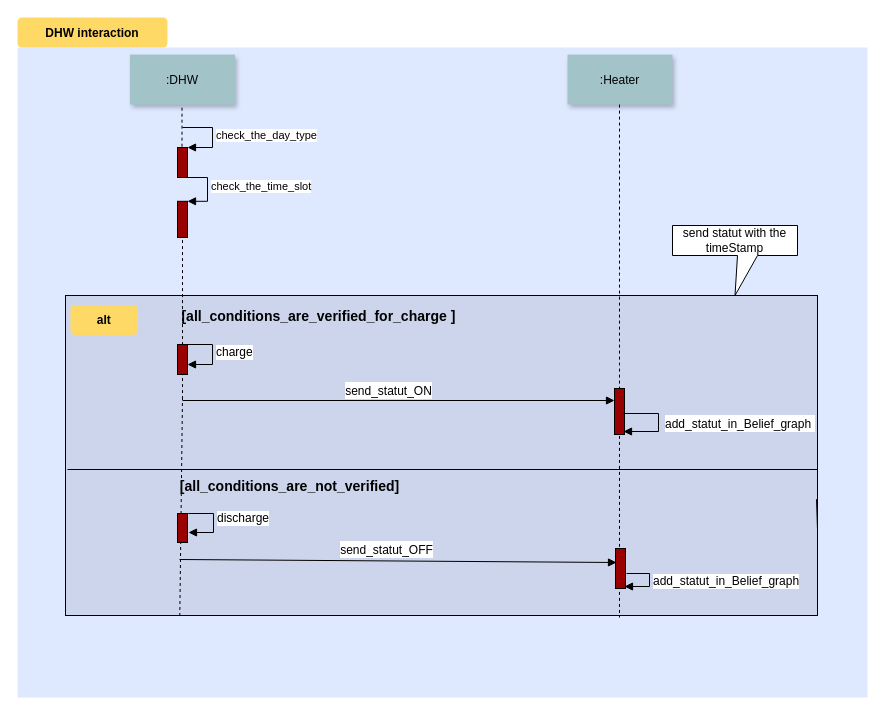
The draw.io diagram page "Page-2" (2 of 4) of Untitled Diagram.drawio in MiriamZawadi/-checs, before the edit. Source tidied: cells renumbered, new cells numbered last; positions are measured from the earlier drawing's top-left corner, leaving out a move shared by most shapes. Both pictures are drawn from the tidied source at 100%, with x=0, y=0 at pixel (17, 17).
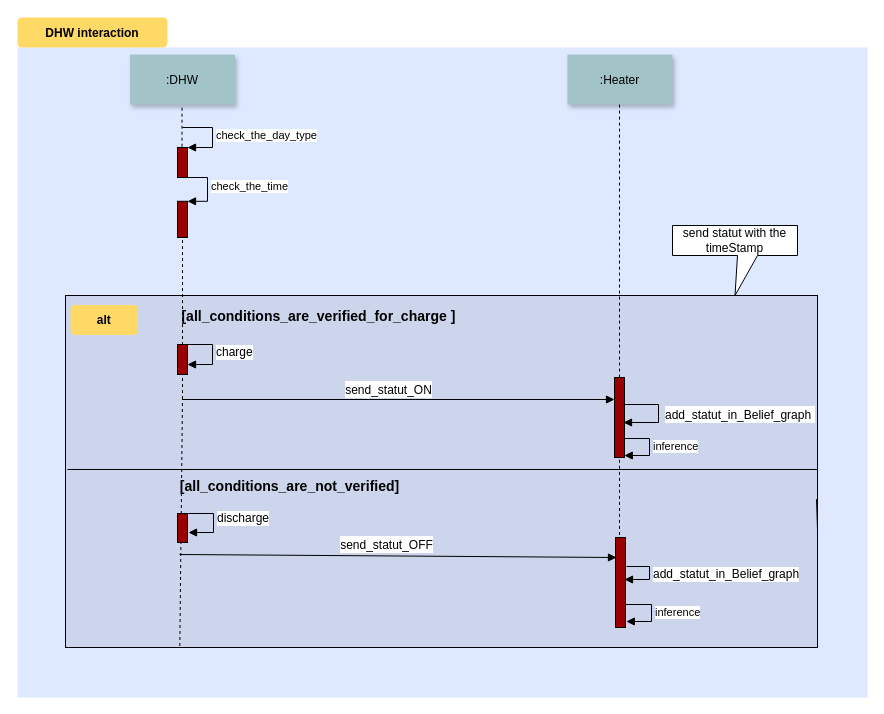
After the change.

Unchanged cells that the change refers to:
```xml
<mxCell id="9" style="html=1;points=[];perimeter=orthogonalPerimeter;strokeColor=#000000;fillColor=#990000;" parent="1" vertex="1">
  <mxGeometry x="160" y="183.8" width="10" height="36.2" as="geometry" />
</mxCell>
```

Diff of the diagram source:
```diff
@@
     <mxCell id="3" style="fillColor=#CCD5EB;" parent="1" vertex="1">
-      <mxGeometry x="48" y="278" width="752" height="320" as="geometry" />
+      <mxGeometry x="48" y="278" width="752" height="352" as="geometry" />
     </mxCell>
@@
-    <mxCell id="10" value="check_the_time_slot" style="edgeStyle=orthogonalEdgeStyle;html=1;align=left;spacingLeft=2;endArrow=block;rounded=0;entryX=1;entryY=0;fillColor=#990000;" parent="1" edge="1" target="9">
+    <mxCell id="10" value="check_the_time" style="edgeStyle=orthogonalEdgeStyle;html=1;align=left;spacingLeft=2;endArrow=block;rounded=0;entryX=1;entryY=0;fillColor=#990000;" parent="1" edge="1" target="9">
       <mxGeometry relative="1" as="geometry">
         <mxPoint x="165" y="160" as="sourcePoint" />
         <Array as="points">
           <mxPoint x="190" y="160" />
           <mxPoint x="190" y="184" />
         </Array>
       </mxGeometry>
     </mxCell>
@@
     <mxCell id="16" style="html=1;verticalAlign=bottom;endArrow=block;rounded=0;fontSize=14;fillColor=#990000;" parent="1" edge="1">
       <mxGeometry relative="1" as="geometry">
-        <mxPoint x="165" y="383" as="sourcePoint" />
-        <mxPoint x="597" y="383" as="targetPoint" />
+        <mxPoint x="165" y="382" as="sourcePoint" />
+        <mxPoint x="597" y="382" as="targetPoint" />
       </mxGeometry>
     </mxCell>
@@
     <mxCell id="22" style="html=1;verticalAlign=bottom;endArrow=block;rounded=0;fontSize=14;fillColor=#990000;" parent="1" edge="1">
       <mxGeometry relative="1" as="geometry">
-        <mxPoint x="162" y="542" as="sourcePoint" />
-        <mxPoint x="599" y="545" as="targetPoint" />
+        <mxPoint x="162" y="537" as="sourcePoint" />
+        <mxPoint x="599" y="540" as="targetPoint" />
       </mxGeometry>
     </mxCell>
@@
     <mxCell id="24" style="html=1;perimeter=orthogonalPerimeter;fontSize=14;strokeColor=#000000;fillColor=#990000;" parent="1" vertex="1">
-      <mxGeometry x="597" y="371" width="10" height="46" as="geometry" />
+      <mxGeometry x="597" y="360" width="10" height="80" as="geometry" />
     </mxCell>
     <mxCell id="25" value="&lt;font style=&quot;font-size: 12px;&quot;&gt;add_statut_in_Belief_graph&lt;/font&gt;&amp;nbsp;" style="edgeStyle=orthogonalEdgeStyle;html=1;align=left;spacingLeft=2;endArrow=block;rounded=0;entryX=1;entryY=0;fontSize=14;fillColor=#990000;" parent="1" edge="1">
       <mxGeometry x="0.02" y="3" relative="1" as="geometry">
-        <mxPoint x="606" y="396" as="sourcePoint" />
-        <mxPoint x="606" y="414" as="targetPoint" />
+        <mxPoint x="606" y="387" as="sourcePoint" />
+        <mxPoint x="606" y="405" as="targetPoint" />
         <Array as="points">
-          <mxPoint x="641" y="396" />
-          <mxPoint x="641" y="414" />
+          <mxPoint x="641" y="387" />
+          <mxPoint x="641" y="405" />
         </Array>
       </mxGeometry>
     </mxCell>
     <mxCell id="26" style="html=1;perimeter=orthogonalPerimeter;fontSize=12;strokeColor=#000000;fillColor=#990000;" parent="1" vertex="1">
-      <mxGeometry x="598" y="531" width="10" height="40" as="geometry" />
+      <mxGeometry x="598" y="520" width="10" height="90" as="geometry" />
     </mxCell>
     <mxCell id="27" value="add_statut_in_Belief_graph" style="edgeStyle=orthogonalEdgeStyle;html=1;align=left;spacingLeft=2;endArrow=block;rounded=0;entryX=1;entryY=0;fontSize=12;fillColor=#990000;" parent="1" edge="1">
       <mxGeometry relative="1" as="geometry">
-        <mxPoint x="609" y="556" as="sourcePoint" />
-        <mxPoint x="607" y="569" as="targetPoint" />
+        <mxPoint x="609" y="549" as="sourcePoint" />
+        <mxPoint x="607" y="562" as="targetPoint" />
         <Array as="points">
-          <mxPoint x="632" y="556" />
-          <mxPoint x="632" y="569" />
+          <mxPoint x="632" y="549" />
+          <mxPoint x="632" y="562" />
         </Array>
       </mxGeometry>
     </mxCell>
@@
+    <mxCell id="33" value="inference" style="edgeStyle=orthogonalEdgeStyle;html=1;align=left;spacingLeft=2;endArrow=block;rounded=0;fillColor=#990000;" parent="1" edge="1">
+      <mxGeometry relative="1" as="geometry">
+        <mxPoint x="606.4" y="421" as="sourcePoint" />
+        <mxPoint x="606.8" y="438" as="targetPoint" />
+        <Array as="points">
+          <mxPoint x="632" y="421" />
+          <mxPoint x="632" y="438" />
+        </Array>
+      </mxGeometry>
+    </mxCell>
+    <mxCell id="34" value="inference" style="edgeStyle=orthogonalEdgeStyle;html=1;align=left;spacingLeft=2;endArrow=block;rounded=0;fillColor=#990000;" parent="1" edge="1">
+      <mxGeometry relative="1" as="geometry">
+        <mxPoint x="608.4" y="587" as="sourcePoint" />
+        <mxPoint x="608.8" y="604" as="targetPoint" />
+        <Array as="points">
+          <mxPoint x="634" y="587" />
+          <mxPoint x="634" y="604" />
+        </Array>
+      </mxGeometry>
+    </mxCell>
```
